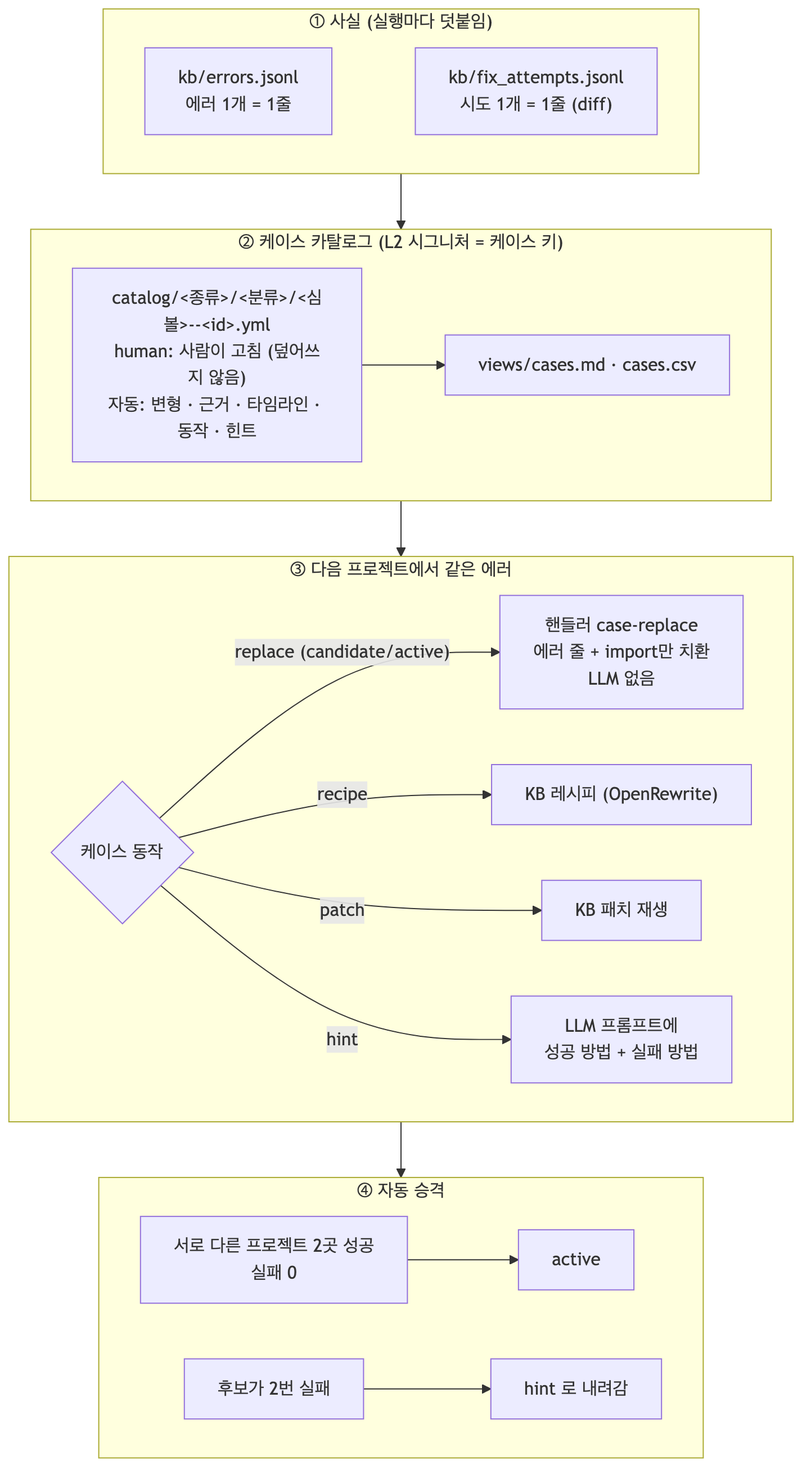
acandiatale/tutu keeps this Mermaid diagram as docs/migration-agent/diagrams/case-catalog.png. Above is the earlier version. Its source is kept beside it as docs/migration-agent/diagrams/case-catalog.mmd.
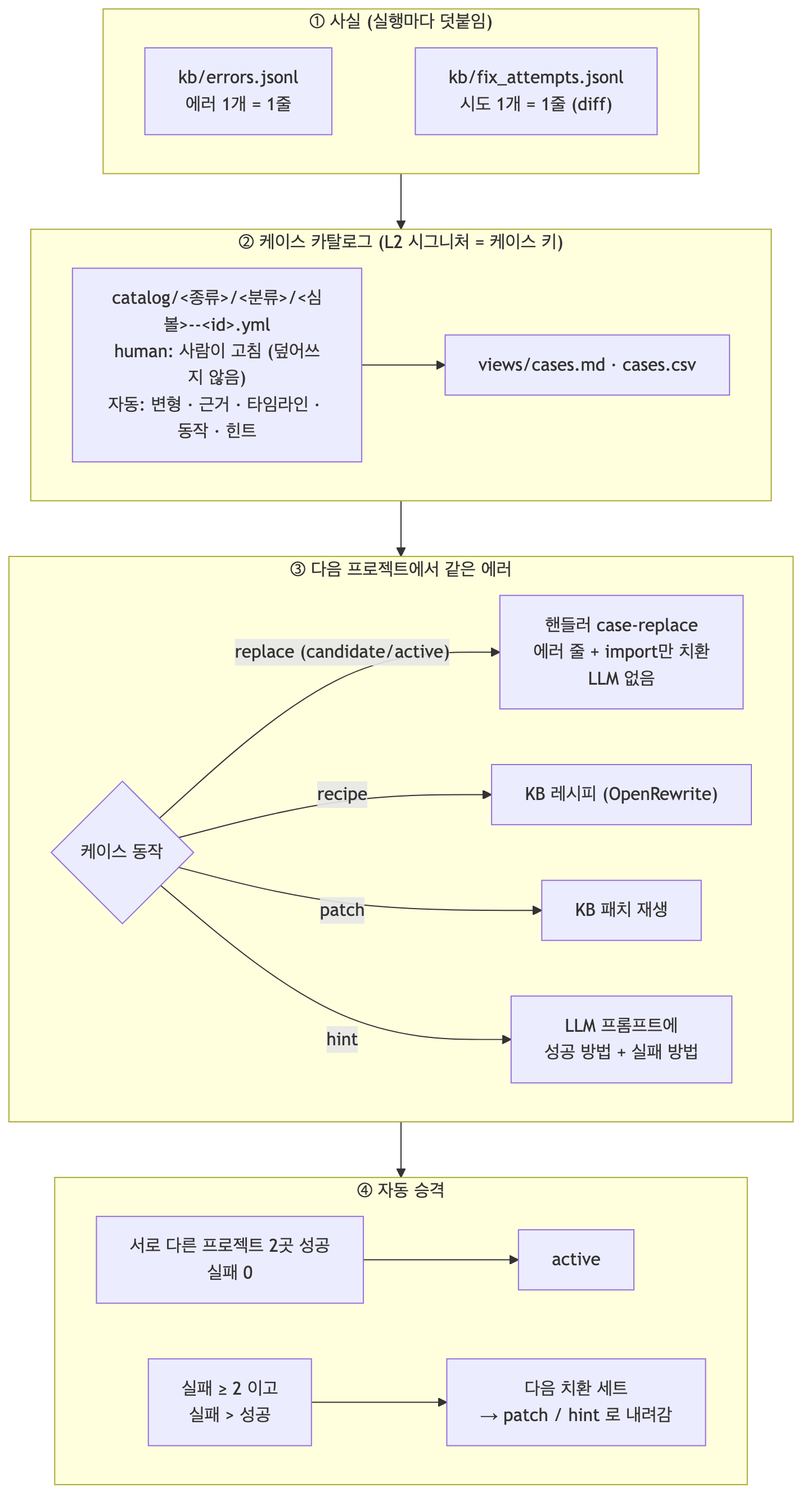
After the change.

What changed in the source:
```diff
@@ -17,6 +17,6 @@
   subgraph pro["④ 자동 승격"]
     direction LR
     S["서로 다른 프로젝트 2곳 성공<br/>실패 0"] --> A["active"]
-    F["후보가 2번 실패"] --> D["hint 로 내려감"]
+    F["실패 ≥ 2 이고<br/>실패 > 성공"] --> D["다음 치환 세트<br/>→ patch / hint 로 내려감"]
   end
   ev --> cat --> hit --> pro
```
